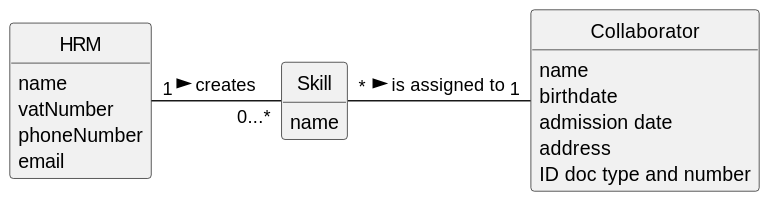
tiagosoa/lei-24-s2-1dgh-g073 keeps this PlantUML diagram as docs/sprint3/us004/02.analysis/svg/us004-domain-model.svg. Above is the earlier version. Source of this version:
```plantuml
@startuml
skinparam monochrome true
skinparam packageStyle rectangle
skinparam shadowing false


skinparam classAttributeIconSize 0

hide circle
hide methods



class HRM {
    name
    vatNumber
    phoneNumber
    email
}

class Skill {
    name
}

class Collaborator {
    name
    birthdate
    admission date
    address
    contact info (mobile and email)
    ID doc type and number
}



HRM "1" - "0...*" Skill: creates >
Skill "*" - "1" Collaborator: is assigned to >
@enduml
```
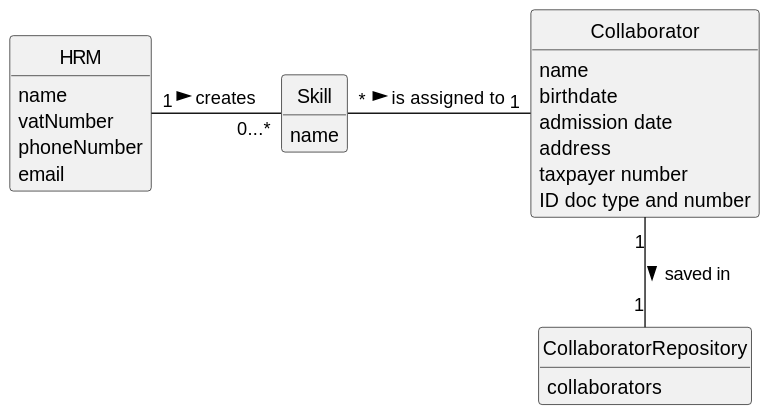
After the commit.

The edit, as a diff of the source:
```diff
@@ -28,11 +28,17 @@
     admission date
     address
     contact info (mobile and email)
+    taxpayer number
     ID doc type and number
+}
+
+class CollaboratorRepository {
+    collaborators
 }
 
 
 
 HRM "1" - "0...*" Skill: creates >
 Skill "*" - "1" Collaborator: is assigned to >
+Collaborator "1" -- "1" CollaboratorRepository : saved in >
 @enduml
```
